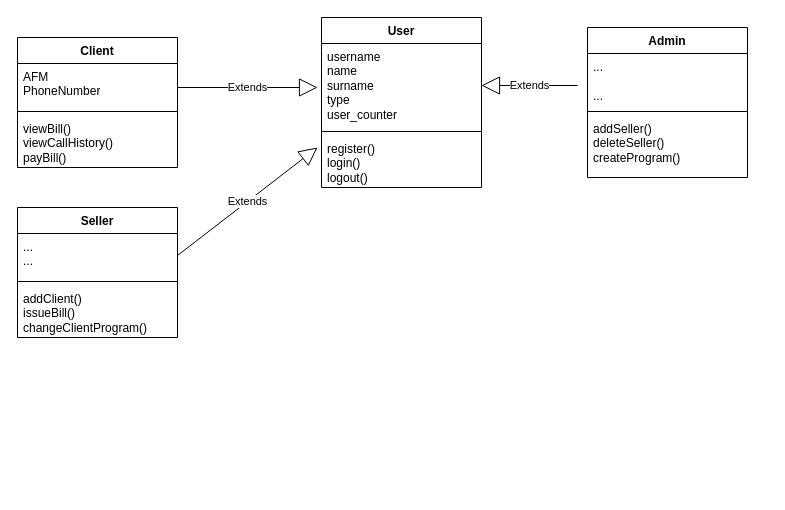
The draw.io diagram Diagram.drawio in dimitry-lzs/webProgramming, before the edit. Source tidied: cells renumbered, new cells numbered last; positions are measured from the earlier drawing's top-left corner, leaving out a move shared by most shapes. Both pictures are drawn from the tidied source at 100%, with x=0, y=0 at pixel (17, 17).
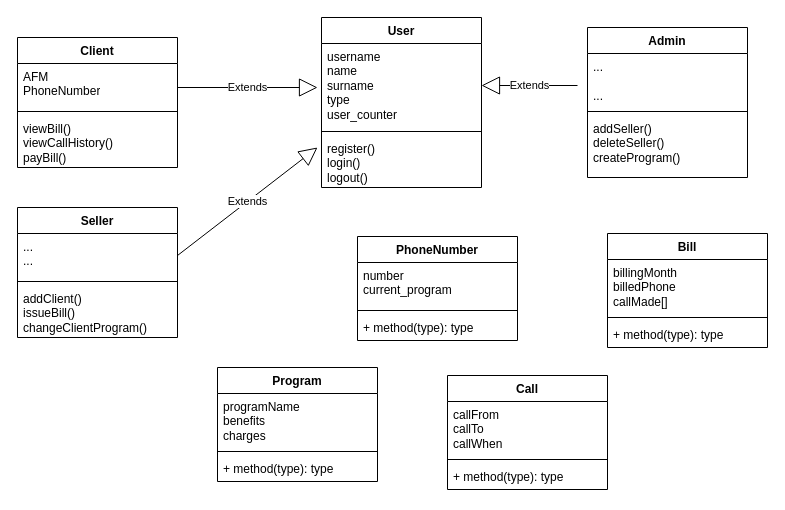
The same page after the edit.

Commit message:
all classes have been added. With have to add the connections between them..drawio

Diff of the diagram source:
```diff
@@
+    <mxCell id="21" value="PhoneNumber" style="swimlane;fontStyle=1;align=center;verticalAlign=top;horizontal=1;startSize=26;whiteSpace=wrap;html=1;" parent="1" vertex="1">
+      <mxGeometry x="340" y="219" width="160" height="104" as="geometry" />
+    </mxCell>
+    <mxCell id="22" value="&lt;div&gt;number&lt;/div&gt;&lt;div&gt;current_program&lt;/div&gt;" style="text;strokeColor=none;fillColor=none;align=left;verticalAlign=top;spacingLeft=4;spacingRight=4;overflow=hidden;whiteSpace=wrap;html=1;" parent="21" vertex="1">
+      <mxGeometry y="26" width="160" height="44" as="geometry" />
+    </mxCell>
+    <mxCell id="23" style="line;strokeWidth=1;fillColor=none;align=left;verticalAlign=middle;spacingTop=-1;spacingLeft=3;spacingRight=3;labelPosition=right;strokeColor=inherit;" parent="21" vertex="1">
+      <mxGeometry y="70" width="160" height="8" as="geometry" />
+    </mxCell>
+    <mxCell id="24" value="+ method(type): type" style="text;strokeColor=none;fillColor=none;align=left;verticalAlign=top;spacingLeft=4;spacingRight=4;overflow=hidden;whiteSpace=wrap;html=1;" parent="21" vertex="1">
+      <mxGeometry y="78" width="160" height="26" as="geometry" />
+    </mxCell>
+    <mxCell id="25" value="Program" style="swimlane;fontStyle=1;align=center;verticalAlign=top;horizontal=1;startSize=26;whiteSpace=wrap;html=1;" parent="1" vertex="1">
+      <mxGeometry x="200" y="350" width="160" height="114" as="geometry" />
+    </mxCell>
+    <mxCell id="26" value="programName&lt;div&gt;benefits&lt;/div&gt;&lt;div&gt;charges&lt;/div&gt;" style="text;strokeColor=none;fillColor=none;align=left;verticalAlign=top;spacingLeft=4;spacingRight=4;overflow=hidden;whiteSpace=wrap;html=1;" parent="25" vertex="1">
+      <mxGeometry y="26" width="160" height="54" as="geometry" />
+    </mxCell>
+    <mxCell id="27" style="line;strokeWidth=1;fillColor=none;align=left;verticalAlign=middle;spacingTop=-1;spacingLeft=3;spacingRight=3;labelPosition=right;strokeColor=inherit;" parent="25" vertex="1">
+      <mxGeometry y="80" width="160" height="8" as="geometry" />
+    </mxCell>
+    <mxCell id="28" value="+ method(type): type" style="text;strokeColor=none;fillColor=none;align=left;verticalAlign=top;spacingLeft=4;spacingRight=4;overflow=hidden;whiteSpace=wrap;html=1;" parent="25" vertex="1">
+      <mxGeometry y="88" width="160" height="26" as="geometry" />
+    </mxCell>
+    <mxCell id="29" value="Call" style="swimlane;fontStyle=1;align=center;verticalAlign=top;horizontal=1;startSize=26;whiteSpace=wrap;html=1;" parent="1" vertex="1">
+      <mxGeometry x="430" y="358" width="160" height="114" as="geometry" />
+    </mxCell>
+    <mxCell id="30" value="callFrom&lt;div&gt;callTo&lt;/div&gt;&lt;div&gt;callWhen&lt;/div&gt;" style="text;strokeColor=none;fillColor=none;align=left;verticalAlign=top;spacingLeft=4;spacingRight=4;overflow=hidden;whiteSpace=wrap;html=1;" parent="29" vertex="1">
+      <mxGeometry y="26" width="160" height="54" as="geometry" />
+    </mxCell>
+    <mxCell id="31" style="line;strokeWidth=1;fillColor=none;align=left;verticalAlign=middle;spacingTop=-1;spacingLeft=3;spacingRight=3;labelPosition=right;strokeColor=inherit;" parent="29" vertex="1">
+      <mxGeometry y="80" width="160" height="8" as="geometry" />
+    </mxCell>
+    <mxCell id="32" value="+ method(type): type" style="text;strokeColor=none;fillColor=none;align=left;verticalAlign=top;spacingLeft=4;spacingRight=4;overflow=hidden;whiteSpace=wrap;html=1;" parent="29" vertex="1">
+      <mxGeometry y="88" width="160" height="26" as="geometry" />
+    </mxCell>
+    <mxCell id="33" value="Bill" style="swimlane;fontStyle=1;align=center;verticalAlign=top;horizontal=1;startSize=26;whiteSpace=wrap;html=1;" parent="1" vertex="1">
+      <mxGeometry x="590" y="216" width="160" height="114" as="geometry" />
+    </mxCell>
+    <mxCell id="34" value="billingMonth&lt;div&gt;billedPhone&lt;/div&gt;&lt;div&gt;callMade[]&lt;/div&gt;" style="text;strokeColor=none;fillColor=none;align=left;verticalAlign=top;spacingLeft=4;spacingRight=4;overflow=hidden;whiteSpace=wrap;html=1;" parent="33" vertex="1">
+      <mxGeometry y="26" width="160" height="54" as="geometry" />
+    </mxCell>
+    <mxCell id="35" style="line;strokeWidth=1;fillColor=none;align=left;verticalAlign=middle;spacingTop=-1;spacingLeft=3;spacingRight=3;labelPosition=right;strokeColor=inherit;" parent="33" vertex="1">
+      <mxGeometry y="80" width="160" height="8" as="geometry" />
+    </mxCell>
+    <mxCell id="36" value="+ method(type): type" style="text;strokeColor=none;fillColor=none;align=left;verticalAlign=top;spacingLeft=4;spacingRight=4;overflow=hidden;whiteSpace=wrap;html=1;" parent="33" vertex="1">
+      <mxGeometry y="88" width="160" height="26" as="geometry" />
+    </mxCell>
```
